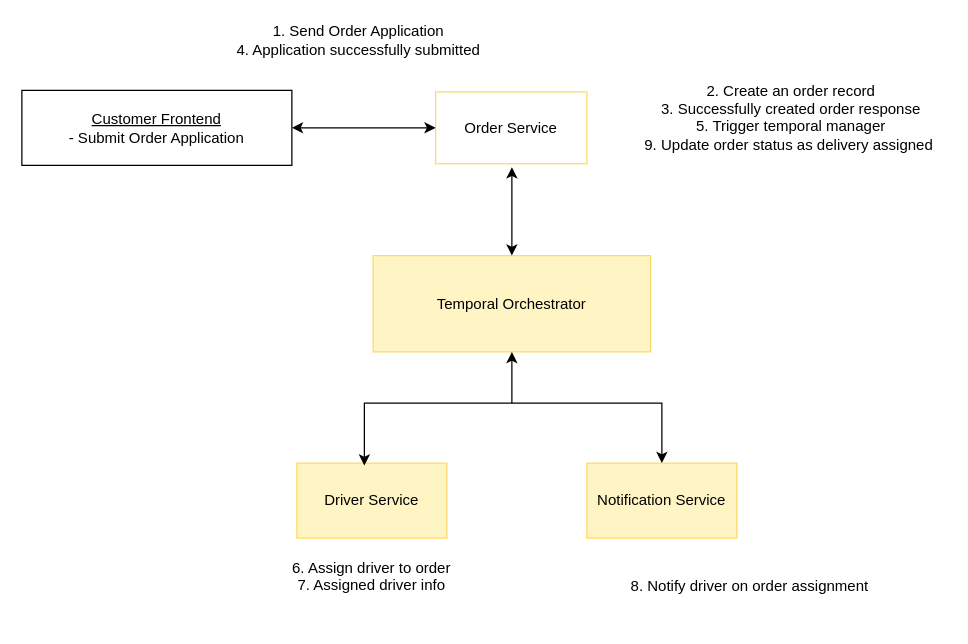
darkliyznyanlin910/esd-2425T2 keeps this draw.io diagram as diagrams/CustomerSubmitOrderRequest.drawio. Above is the earlier version. Source tidied: cells renumbered, new cells numbered last; positions are measured from the earlier drawing's top-left corner, leaving out a move shared by most shapes. Both pictures are drawn from the tidied source at 125%, with x=0, y=0 at pixel (21, 21).
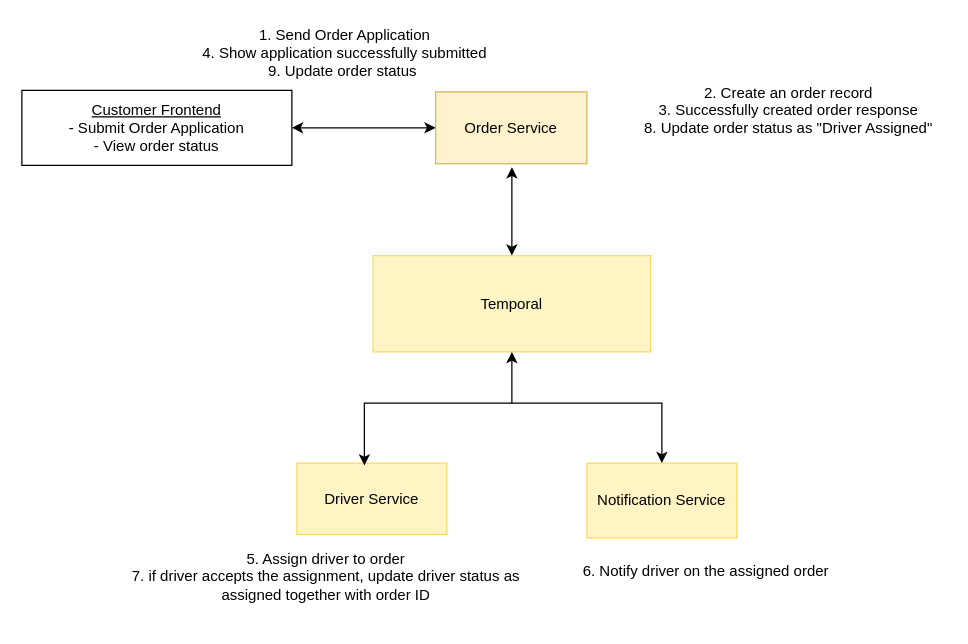
Above is the later version.

Change to the diagram source:
```diff
@@
 <mxGraphModel>
   <root>
     <mxCell id="0" />
     <mxCell id="1" parent="0" />
-    <mxCell id="2" value="&lt;u&gt;Customer Frontend&lt;/u&gt;&lt;div&gt;- Submit Order Application&lt;/div&gt;" style="rounded=0;whiteSpace=wrap;html=1;" parent="1" vertex="1">
-      <mxGeometry y="54.8" width="216" height="60" as="geometry" />
-    </mxCell>
-    <mxCell id="3" value="Temporal Orchestrator" style="rounded=0;whiteSpace=wrap;html=1;fillColor=light-dark(#FFF4C3,var(--ge-dark-color, #121212));strokeColor=light-dark(#FFD966,#FFFFFF);" parent="1" vertex="1">
-      <mxGeometry x="281" y="187" width="222" height="77" as="geometry" />
-    </mxCell>
+    <mxCell id="15" value="&lt;u&gt;Customer Frontend&lt;/u&gt;&lt;div&gt;- Submit Order Application&lt;/div&gt;&lt;div&gt;- View order status&lt;/div&gt;" style="rounded=0;whiteSpace=wrap;html=1;" parent="1" vertex="1">
+      <mxGeometry y="54.8" width="216" height="60" as="geometry" />
+    </mxCell>
+    <mxCell id="16" value="Temporal" style="rounded=0;whiteSpace=wrap;html=1;fillColor=light-dark(#FFF4C3,var(--ge-dark-color, #121212));strokeColor=light-dark(#FFD966,#FFFFFF);" parent="1" vertex="1">
+      <mxGeometry x="281" y="187" width="222" height="77" as="geometry" />
+    </mxCell>
-    <mxCell id="4" value="Order Service" style="rounded=0;whiteSpace=wrap;html=1;fillColor=none;strokeColor=light-dark(#FFD966,#FFFFFF);" parent="1" vertex="1">
+    <mxCell id="4" value="Order Service" style="rounded=0;whiteSpace=wrap;html=1;fillColor=#fff2cc;strokeColor=#d6b656;" parent="1" vertex="1">
       <mxGeometry x="331" y="56" width="121" height="57.5" as="geometry" />
     </mxCell>
     <mxCell id="5" value="Driver Service" style="rounded=0;whiteSpace=wrap;html=1;fillColor=light-dark(#FFF4C3,var(--ge-dark-color, #121212));strokeColor=light-dark(#FFD966,#FFFFFF);" parent="1" vertex="1">
-      <mxGeometry x="220" y="353" width="120" height="60" as="geometry" />
+      <mxGeometry x="220" y="353" width="120" height="57" as="geometry" />
     </mxCell>
     <mxCell id="6" value="Notification Service" style="rounded=0;whiteSpace=wrap;html=1;strokeColor=light-dark(#FFD966,#FFFFFF);fillColor=light-dark(#FFF4C3,var(--ge-dark-color, #121212));" parent="1" vertex="1">
       <mxGeometry x="452" y="353" width="120" height="60" as="geometry" />
     </mxCell>
-    <mxCell id="7" value="1. Send Order Application&lt;div&gt;4. Application successfully submitted&lt;/div&gt;" style="text;html=1;align=center;verticalAlign=middle;whiteSpace=wrap;rounded=0;" parent="1" vertex="1">
-      <mxGeometry x="150" width="239" height="30" as="geometry" />
-    </mxCell>
-    <mxCell id="8" value="2. Create an order record&lt;div&gt;3. Successfully created order response&lt;/div&gt;&lt;div&gt;5. Trigger temporal manager&lt;/div&gt;&lt;div&gt;9. Update order status as delivery assigned&amp;nbsp;&lt;/div&gt;&lt;div&gt;&lt;br&gt;&lt;/div&gt;" style="text;html=1;align=center;verticalAlign=middle;whiteSpace=wrap;rounded=0;" parent="1" vertex="1">
-      <mxGeometry x="492" y="54.8" width="247" height="58" as="geometry" />
-    </mxCell>
-    <mxCell id="9" value="6. Assign driver to order&lt;div&gt;7. Assigned driver info&lt;br&gt;&lt;div&gt;&lt;br&gt;&lt;/div&gt;&lt;/div&gt;" style="text;html=1;align=center;verticalAlign=middle;whiteSpace=wrap;rounded=0;" parent="1" vertex="1">
-      <mxGeometry x="193" y="436" width="174" height="30" as="geometry" />
-    </mxCell>
-    <mxCell id="10" style="endArrow=classic;html=1;rounded=0;entryX=0.5;entryY=1;entryDx=0;entryDy=0;" parent="1" edge="1" target="3">
-      <mxGeometry relative="1" as="geometry">
-        <mxPoint x="392" y="305" as="sourcePoint" />
-      </mxGeometry>
-    </mxCell>
-    <mxCell id="11" value="8. Notify driver on order assignment&lt;div&gt;&lt;div&gt;&lt;br&gt;&lt;/div&gt;&lt;/div&gt;" style="text;html=1;align=center;verticalAlign=middle;whiteSpace=wrap;rounded=0;" parent="1" vertex="1">
-      <mxGeometry x="484" y="444" width="197" height="30" as="geometry" />
-    </mxCell>
-    <mxCell id="12" style="endArrow=classic;startArrow=classic;html=1;rounded=0;" parent="1" edge="1" source="2" target="4">
-      <mxGeometry relative="1" as="geometry" />
-    </mxCell>
-    <mxCell id="13" style="endArrow=classic;startArrow=classic;html=1;rounded=0;" parent="1" edge="1" source="3">
-      <mxGeometry relative="1" as="geometry">
-        <mxPoint x="392" y="116.3" as="targetPoint" />
-      </mxGeometry>
-    </mxCell>
+    <mxCell id="17" value="1. Send Order Application&lt;div&gt;4. Show application successfully submitted&lt;/div&gt;&lt;div&gt;9. Update order status&amp;nbsp;&lt;/div&gt;" style="text;html=1;align=center;verticalAlign=middle;whiteSpace=wrap;rounded=0;" parent="1" vertex="1">
+      <mxGeometry x="139" y="10" width="239" height="30" as="geometry" />
+    </mxCell>
+    <mxCell id="18" value="2. Create an order record&lt;div&gt;3. Successfully created order response&lt;/div&gt;&lt;div&gt;8. Update order status as &quot;Driver Assigned&quot;&lt;/div&gt;&lt;div&gt;&amp;nbsp;&lt;/div&gt;&lt;div&gt;&lt;br&gt;&lt;/div&gt;" style="text;html=1;align=center;verticalAlign=middle;whiteSpace=wrap;rounded=0;" parent="1" vertex="1">
+      <mxGeometry x="490" y="56" width="247" height="58" as="geometry" />
+    </mxCell>
+    <mxCell id="19" value="5. Assign driver to order&lt;div&gt;&lt;span style=&quot;background-color: transparent;&quot;&gt;7. if driver accepts the assignment, update driver status as assigned together with order ID&lt;/span&gt;&lt;br&gt;&lt;/div&gt;&lt;div&gt;&lt;div&gt;&lt;br&gt;&lt;/div&gt;&lt;/div&gt;" style="text;html=1;align=center;verticalAlign=middle;whiteSpace=wrap;rounded=0;" parent="1" vertex="1">
+      <mxGeometry x="80" y="436" width="326.5" height="30" as="geometry" />
+    </mxCell>
+    <mxCell id="20" style="endArrow=classic;html=1;rounded=0;entryX=0.5;entryY=1;entryDx=0;entryDy=0;" parent="1" edge="1" target="16">
+      <mxGeometry relative="1" as="geometry">
+        <mxPoint x="392" y="305" as="sourcePoint" />
+      </mxGeometry>
+    </mxCell>
+    <mxCell id="21" value="&lt;div&gt;6. Notify driver on the assigned order&lt;/div&gt;" style="text;html=1;align=center;verticalAlign=middle;whiteSpace=wrap;rounded=0;" parent="1" vertex="1">
+      <mxGeometry x="440" y="425" width="215" height="30" as="geometry" />
+    </mxCell>
+    <mxCell id="22" style="endArrow=classic;startArrow=classic;html=1;rounded=0;" parent="1" edge="1" source="15" target="4">
+      <mxGeometry relative="1" as="geometry" />
+    </mxCell>
+    <mxCell id="23" style="endArrow=classic;startArrow=classic;html=1;rounded=0;" parent="1" edge="1" source="16">
+      <mxGeometry relative="1" as="geometry">
+        <mxPoint x="392" y="116.3" as="targetPoint" />
+      </mxGeometry>
+    </mxCell>
     <mxCell id="14" style="endArrow=classic;startArrow=classic;html=1;rounded=0;exitX=0.45;exitY=0.033;exitDx=0;exitDy=0;exitPerimeter=0;entryX=0.5;entryY=0;entryDx=0;entryDy=0;" parent="1" edge="1" source="5" target="6">
       <mxGeometry relative="1" as="geometry">
         <Array as="points">
           <mxPoint x="274" y="305" />
           <mxPoint x="512" y="305" />
         </Array>
       </mxGeometry>
     </mxCell>
   </root>
 </mxGraphModel>
```
